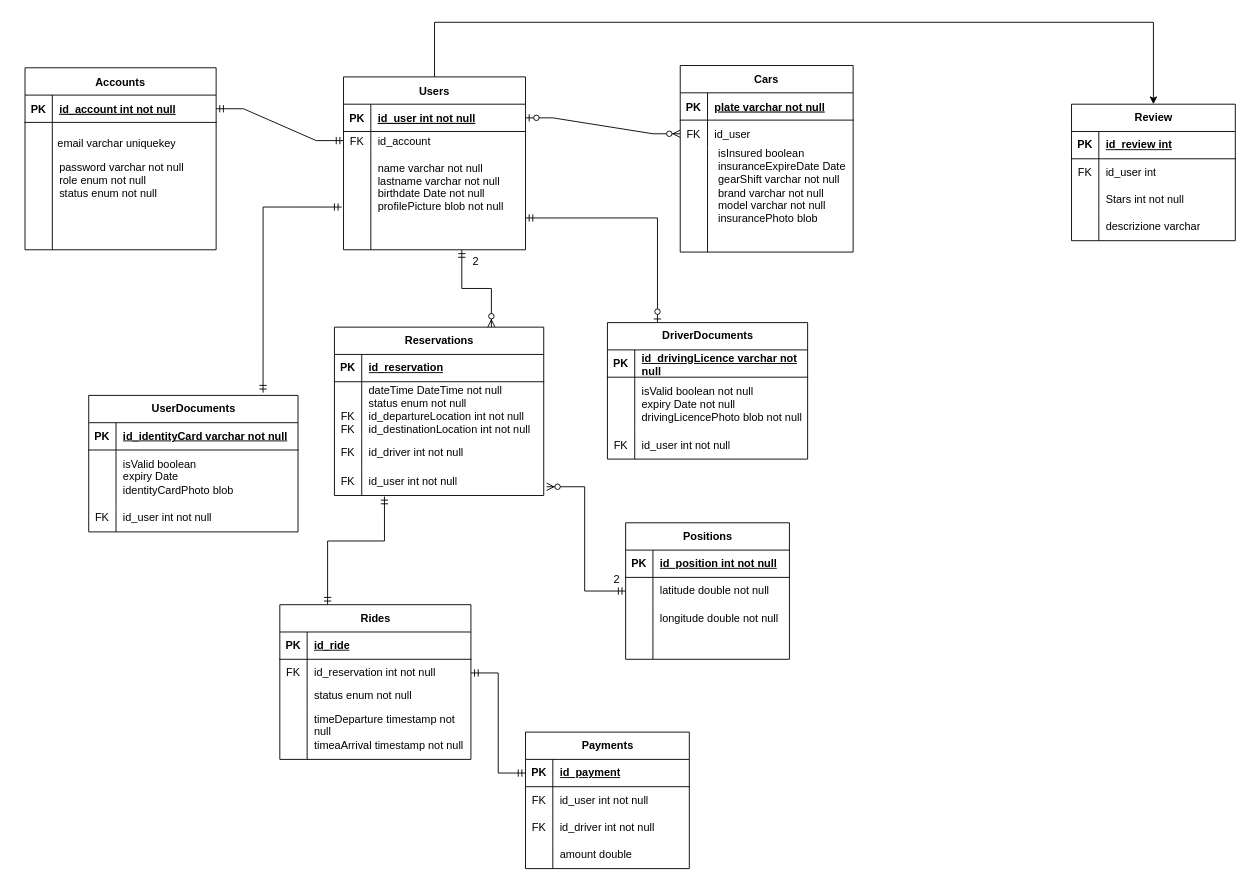
This is Documentazione/Entity-Relation/ERDiagramDetailed.drawio from alfacorso2024Settembre/MyPersonalDriver, a draw.io file, before an edit. Source tidied: cells renumbered, new cells numbered last; positions are measured from the earlier drawing's top-left corner, leaving out a move shared by most shapes. Both pictures are drawn from the tidied source at 91%, with x=0, y=0 at pixel (25, 22).
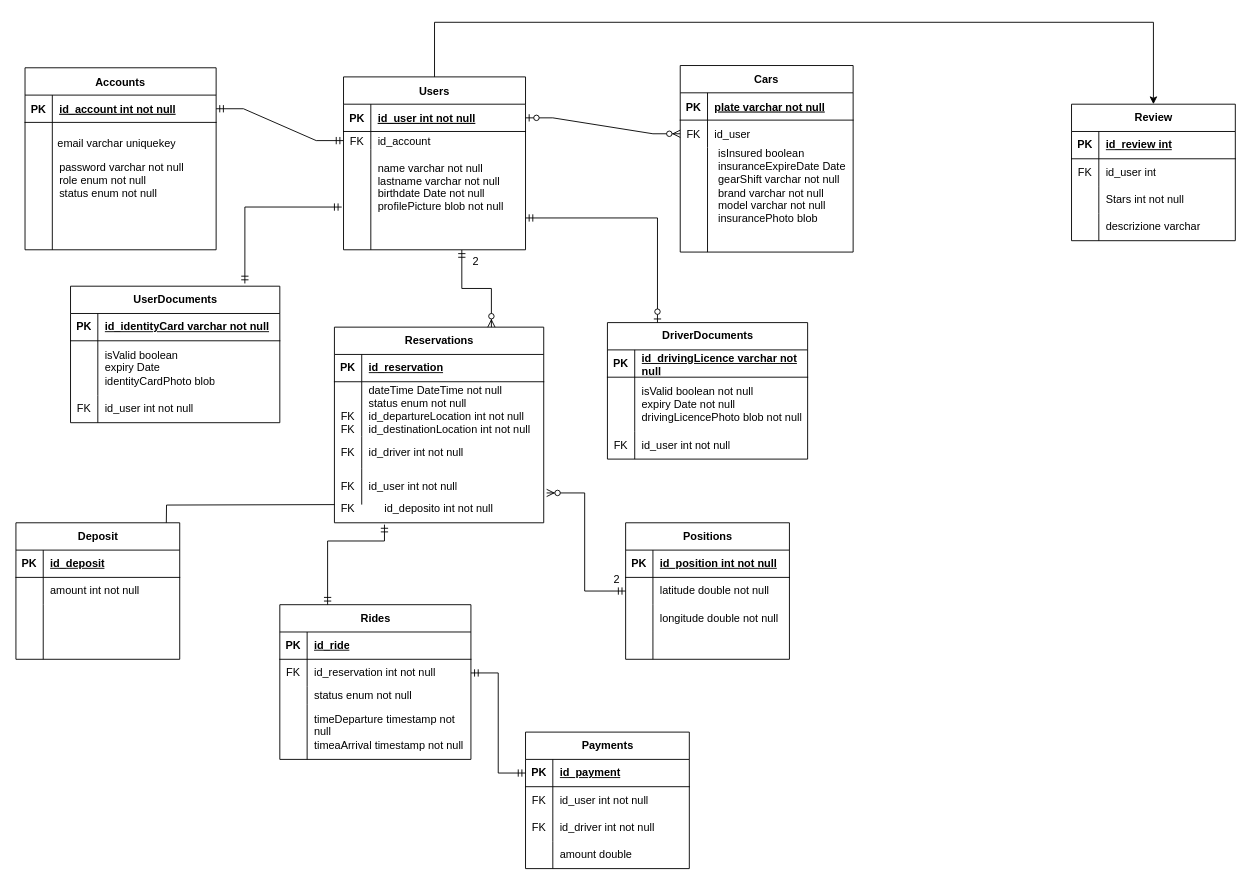
The same diagram, later.

Commit message:
aggiunto deposito nel Er

Unchanged cells that the change refers to:
```xml
<mxCell id="52" value="Rides" style="shape=table;startSize=30;childLayout=tableLayout;rowLines=0;fontStyle=1;align=center;html=1;" parent="1" vertex="1">
  <mxGeometry x="280" y="640" width="210" height="170" as="geometry" />
</mxCell>
```

Change to the diagram source:
```diff
@@
     <mxCell id="30" value="UserDocuments" style="shape=table;startSize=30;childLayout=tableLayout;rowLines=0;fontStyle=1;align=center;html=1;" parent="1" vertex="1">
-      <mxGeometry x="70" y="410" width="230" height="150" as="geometry" />
+      <mxGeometry x="50" y="290" width="230" height="150" as="geometry" />
     </mxCell>
@@
     <mxCell id="91" value="Reservations" style="shape=table;startSize=30;childLayout=tableLayout;rowLines=0;fontStyle=1;align=center;html=1;" parent="1" vertex="1">
-      <mxGeometry x="340" y="335" width="230" height="185" as="geometry" />
+      <mxGeometry x="340" y="335" width="230" height="215" as="geometry" />
     </mxCell>
@@
     <mxCell id="101" style="shape=tableRow;horizontal=0;startSize=0;swimlaneHead=0;swimlaneBody=0;fillColor=none;points=[[0,0.5],[1,0.5]];portConstraint=eastwest;top=0;left=0;right=0;bottom=0;" parent="91" vertex="1">
-      <mxGeometry y="155" width="230" height="30" as="geometry" />
+      <mxGeometry y="155" width="230" height="40" as="geometry" />
     </mxCell>
     <mxCell id="102" value="FK" style="shape=partialRectangle;fillColor=none;top=0;left=0;bottom=0;right=0;overflow=hidden;whiteSpace=wrap;html=1;" parent="101" vertex="1">
-      <mxGeometry width="30" height="30" as="geometry" />
+      <mxGeometry width="30" height="40" as="geometry" />
     </mxCell>
     <mxCell id="103" value="id_user&amp;nbsp;int not null" style="shape=partialRectangle;fillColor=none;top=0;left=0;bottom=0;right=0;align=left;spacingLeft=6;overflow=hidden;whiteSpace=wrap;html=1;" parent="101" vertex="1">
-      <mxGeometry x="30" width="200" height="30" as="geometry" />
+      <mxGeometry x="30" width="200" height="40" as="geometry" />
     </mxCell>
@@
-    <mxCell id="110" style="edgeStyle=orthogonalEdgeStyle;fontSize=12;html=1;endArrow=ERmandOne;startArrow=ERmandOne;rounded=0;entryX=0.239;entryY=1.037;entryDx=0;entryDy=0;entryPerimeter=0;exitX=0.25;exitY=0;exitDx=0;exitDy=0;" parent="1" edge="1" source="52" target="101">
+    <mxCell id="110" style="edgeStyle=orthogonalEdgeStyle;fontSize=12;html=1;endArrow=ERmandOne;startArrow=ERmandOne;rounded=0;entryX=0.147;entryY=1.067;entryDx=0;entryDy=0;entryPerimeter=0;exitX=0.25;exitY=0;exitDx=0;exitDy=0;" parent="1" edge="1" source="52" target="129">
       <mxGeometry relative="1" as="geometry">
         <Array as="points">
           <mxPoint x="333" y="570" />
           <mxPoint x="395" y="570" />
         </Array>
       </mxGeometry>
     </mxCell>
@@
+    <mxCell id="127" style="edgeStyle=orthogonalEdgeStyle;rounded=0;orthogonalLoop=1;jettySize=auto;html=1;entryX=1;entryY=0.5;entryDx=0;entryDy=0;" parent="1" edge="1">
+      <mxGeometry relative="1" as="geometry">
+        <mxPoint x="340" y="530" as="sourcePoint" />
+        <mxPoint x="155" y="575" as="targetPoint" />
+      </mxGeometry>
+    </mxCell>
+    <mxCell id="128" value="FK" style="text;html=1;align=center;verticalAlign=middle;whiteSpace=wrap;rounded=0;" parent="1" vertex="1">
+      <mxGeometry x="340" y="520" width="30" height="30" as="geometry" />
+    </mxCell>
+    <mxCell id="129" value="id_deposito int not null" style="text;html=1;align=center;verticalAlign=middle;whiteSpace=wrap;rounded=0;" parent="1" vertex="1">
+      <mxGeometry x="370" y="520" width="170" height="30" as="geometry" />
+    </mxCell>
+    <mxCell id="130" value="Deposit" style="shape=table;startSize=30;childLayout=tableLayout;rowLines=0;fontStyle=1;align=center;html=1;" parent="1" vertex="1">
+      <mxGeometry x="-10" y="550" width="180" height="150" as="geometry" />
+    </mxCell>
+    <mxCell id="131" style="shape=tableRow;horizontal=0;startSize=0;swimlaneHead=0;swimlaneBody=0;fillColor=none;top=0;left=0;right=0;bottom=1;" parent="130" vertex="1">
+      <mxGeometry y="30" width="180" height="30" as="geometry" />
+    </mxCell>
+    <mxCell id="132" value="PK" style="shape=partialRectangle;fillColor=none;top=0;left=0;bottom=0;right=0;fontStyle=1;overflow=hidden;whiteSpace=wrap;html=1;" parent="131" vertex="1">
+      <mxGeometry width="30" height="30" as="geometry" />
+    </mxCell>
+    <mxCell id="133" value="id_deposit" style="shape=partialRectangle;fillColor=none;top=0;left=0;bottom=0;right=0;align=left;spacingLeft=6;fontStyle=5;overflow=hidden;whiteSpace=wrap;html=1;" parent="131" vertex="1">
+      <mxGeometry x="30" width="150" height="30" as="geometry" />
+    </mxCell>
+    <mxCell id="134" style="shape=tableRow;horizontal=0;startSize=0;swimlaneHead=0;swimlaneBody=0;fillColor=none;top=0;left=0;right=0;bottom=0;" parent="130" vertex="1">
+      <mxGeometry y="60" width="180" height="30" as="geometry" />
+    </mxCell>
+    <mxCell id="135" style="shape=partialRectangle;fillColor=none;top=0;left=0;bottom=0;right=0;overflow=hidden;whiteSpace=wrap;html=1;" parent="134" vertex="1">
+      <mxGeometry width="30" height="30" as="geometry" />
+    </mxCell>
+    <mxCell id="136" value="amount int not null" style="shape=partialRectangle;fillColor=none;top=0;left=0;bottom=0;right=0;align=left;spacingLeft=6;overflow=hidden;whiteSpace=wrap;html=1;" parent="134" vertex="1">
+      <mxGeometry x="30" width="150" height="30" as="geometry" />
+    </mxCell>
+    <mxCell id="137" style="shape=tableRow;horizontal=0;startSize=0;swimlaneHead=0;swimlaneBody=0;fillColor=none;top=0;left=0;right=0;bottom=0;" parent="130" vertex="1">
+      <mxGeometry y="90" width="180" height="30" as="geometry" />
+    </mxCell>
+    <mxCell id="138" style="shape=partialRectangle;fillColor=none;top=0;left=0;bottom=0;right=0;overflow=hidden;whiteSpace=wrap;html=1;" parent="137" vertex="1">
+      <mxGeometry width="30" height="30" as="geometry" />
+    </mxCell>
+    <mxCell id="139" style="shape=partialRectangle;fillColor=none;top=0;left=0;bottom=0;right=0;align=left;spacingLeft=6;overflow=hidden;whiteSpace=wrap;html=1;" parent="137" vertex="1">
+      <mxGeometry x="30" width="150" height="30" as="geometry" />
+    </mxCell>
+    <mxCell id="140" style="shape=tableRow;horizontal=0;startSize=0;swimlaneHead=0;swimlaneBody=0;fillColor=none;top=0;left=0;right=0;bottom=0;" parent="130" vertex="1">
+      <mxGeometry y="120" width="180" height="30" as="geometry" />
+    </mxCell>
+    <mxCell id="141" style="shape=partialRectangle;fillColor=none;top=0;left=0;bottom=0;right=0;overflow=hidden;whiteSpace=wrap;html=1;" parent="140" vertex="1">
+      <mxGeometry width="30" height="30" as="geometry" />
+    </mxCell>
+    <mxCell id="142" style="shape=partialRectangle;fillColor=none;top=0;left=0;bottom=0;right=0;align=left;spacingLeft=6;overflow=hidden;whiteSpace=wrap;html=1;" parent="140" vertex="1">
+      <mxGeometry x="30" width="150" height="30" as="geometry" />
+    </mxCell>
```
